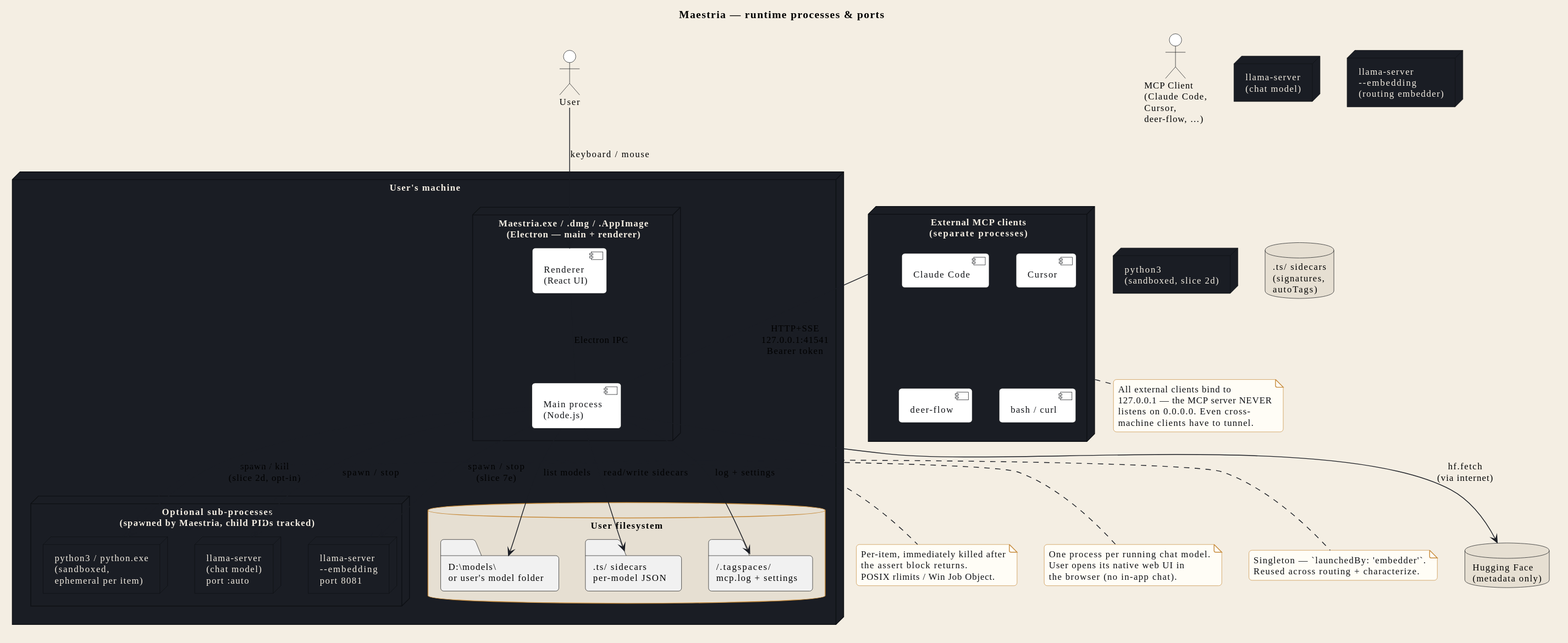
Above: docs/en/svg/deployment.svg in Syphys/maestria (PlantUML), before the change. Source of this version:
```plantuml
@startuml
!include _includes/style.iuml
!include _includes/actors.iuml

title Maestria — runtime processes & ports

node "User's machine" as HOST {
  node "Maestria.exe / .dmg / .AppImage\n(Electron — main + renderer)" as MAESTRIA {
    component "Renderer\n(React UI)" as R
    component "Main process\n(Node.js)" as M
  }

  node "Optional sub-processes\n(spawned by Maestria, child PIDs tracked)" as SUBS {
    node "llama-server\n(chat model)\nport :auto" as P_CHAT
    node "llama-server\n--embedding\nport 8081" as P_EMB
    node "python3 / python.exe\n(sandboxed,\nephemeral per item)" as P_PY
  }

  database "User filesystem" {
    folder "D:\\models\\\nor user's model folder" as MODELS
    folder ".ts/ sidecars\nper-model JSON" as SC
    folder "~/.tagspaces/\nmcp.log + settings" as APP_DATA
  }
}

node "External MCP clients\n(separate processes)" as EXT_CLIENTS {
  component "Claude Code" as C_CC
  component "Cursor" as C_CUR
  component "deer-flow" as C_DF
  component "bash / curl" as C_SH
}

USER --> R : keyboard / mouse
M --> P_CHAT : spawn / stop
M --> P_EMB : spawn / stop\n(slice 7e)
M --> P_PY : spawn / kill\n(slice 2d, opt-in)
M --> SC : read/write sidecars
M --> MODELS : list models
M --> APP_DATA : log + settings
M --> HF : hf.fetch\n(via internet)

EXT_CLIENTS -- M : HTTP+SSE\n127.0.0.1:41541\nBearer token
R -- M : Electron IPC

note right of P_CHAT
  One process per running chat model.
  User opens its native web UI in
  the browser (no in-app chat).
end note

note right of P_EMB
  Singleton — `launchedBy: 'embedder'`.
  Reused across routing + characterize.
end note

note right of P_PY
  Per-item, immediately killed after
  the assert block returns.
  POSIX rlimits / Win Job Object.
end note

note bottom of EXT_CLIENTS
  All external clients bind to
  127.0.0.1 — the MCP server NEVER
  listens on 0.0.0.0. Even cross-
  machine clients have to tunnel.
end note
@enduml
```
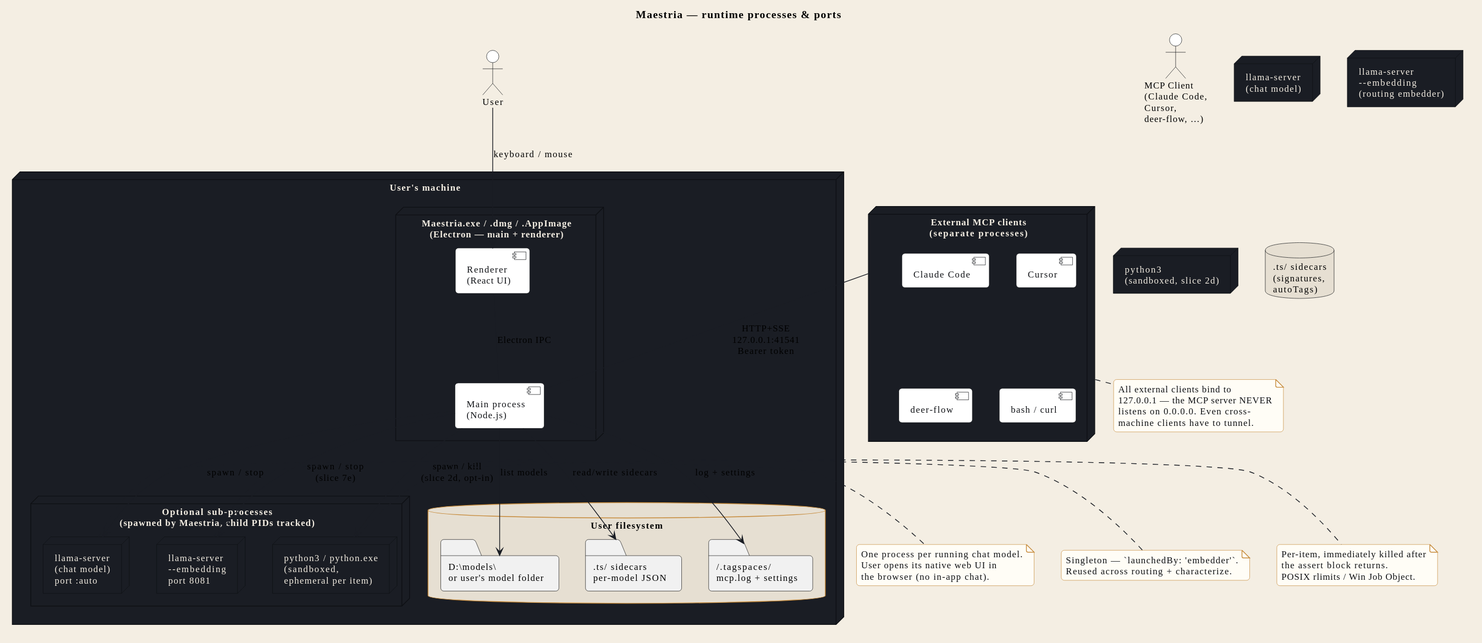
Later version of the same file.

The edit, as a diff of the source:
```diff
@@ -2,67 +2,66 @@
 !include _includes/style.iuml
 !include _includes/actors.iuml
 
-title Maestria — runtime processes & ports
+title STR_DEPL_TITLE
 
-node "User's machine" as HOST {
-  node "Maestria.exe / .dmg / .AppImage\n(Electron — main + renderer)" as MAESTRIA {
-    component "Renderer\n(React UI)" as R
-    component "Main process\n(Node.js)" as M
+node "STR_DEPL_HOST" as HOST {
+  node "STR_DEPL_MAESTRIA" as MAESTRIA {
+    component "STR_DEPL_R" as R
+    component "STR_DEPL_M" as M
   }
 
-  node "Optional sub-processes\n(spawned by Maestria, child PIDs tracked)" as SUBS {
-    node "llama-server\n(chat model)\nport :auto" as P_CHAT
+  node "STR_DEPL_SUBS" as SUBS {
+    node "STR_DEPL_P_CHAT" as P_CHAT
     node "llama-server\n--embedding\nport 8081" as P_EMB
-    node "python3 / python.exe\n(sandboxed,\nephemeral per item)" as P_PY
+    node "STR_DEPL_P_PY" as P_PY
   }
 
-  database "User filesystem" {
-    folder "D:\\models\\\nor user's model folder" as MODELS
-    folder ".ts/ sidecars\nper-model JSON" as SC
-    folder "~/.tagspaces/\nmcp.log + settings" as APP_DATA
+  database "STR_DEPL_FS_LABEL" {
+    folder "STR_DEPL_MODELS" as MODELS
+    folder "STR_DEPL_SC" as SC
+    folder "STR_DEPL_APPDATA" as APP_DATA
   }
 }
 
-node "External MCP clients\n(separate processes)" as EXT_CLIENTS {
+node "STR_DEPL_EXT_CLIENTS" as EXT_CLIENTS {
   component "Claude Code" as C_CC
   component "Cursor" as C_CUR
   component "deer-flow" as C_DF
   component "bash / curl" as C_SH
 }
 
-USER --> R : keyboard / mouse
+USER --> R : STR_DEPL_REL_USER_R
 M --> P_CHAT : spawn / stop
 M --> P_EMB : spawn / stop\n(slice 7e)
-M --> P_PY : spawn / kill\n(slice 2d, opt-in)
-M --> SC : read/write sidecars
-M --> MODELS : list models
-M --> APP_DATA : log + settings
-M --> HF : hf.fetch\n(via internet)
+M --> P_PY : STR_DEPL_REL_M_PPY
+M --> SC : STR_DEPL_REL_M_SC
+M --> MODELS : STR_DEPL_REL_M_MODELS
+M --> APP_DATA : STR_DEPL_REL_M_APP
 
 EXT_CLIENTS -- M : HTTP+SSE\n127.0.0.1:41541\nBearer token
-R -- M : Electron IPC
+R -- M : STR_DEPL_REL_R_M
 
 note right of P_CHAT
-  One process per running chat model.
-  User opens its native web UI in
-  the browser (no in-app chat).
+  STR_DEPL_NOTE_PCHAT_L1
+  STR_DEPL_NOTE_PCHAT_L2
+  STR_DEPL_NOTE_PCHAT_L3
 end note
 
 note right of P_EMB
   Singleton — `launchedBy: 'embedder'`.
-  Reused across routing + characterize.
+  STR_DEPL_NOTE_PEMB_L2
 end note
 
 note right of P_PY
-  Per-item, immediately killed after
-  the assert block returns.
-  POSIX rlimits / Win Job Object.
+  STR_DEPL_NOTE_PPY_L1
+  STR_DEPL_NOTE_PPY_L2
+  STR_DEPL_NOTE_PPY_L3
 end note
 
 note bottom of EXT_CLIENTS
-  All external clients bind to
-  127.0.0.1 — the MCP server NEVER
-  listens on 0.0.0.0. Even cross-
-  machine clients have to tunnel.
+  STR_DEPL_NOTE_EXT_L1
+  STR_DEPL_NOTE_EXT_L2
+  STR_DEPL_NOTE_EXT_L3
+  STR_DEPL_NOTE_EXT_L4
 end note
 @enduml
```
